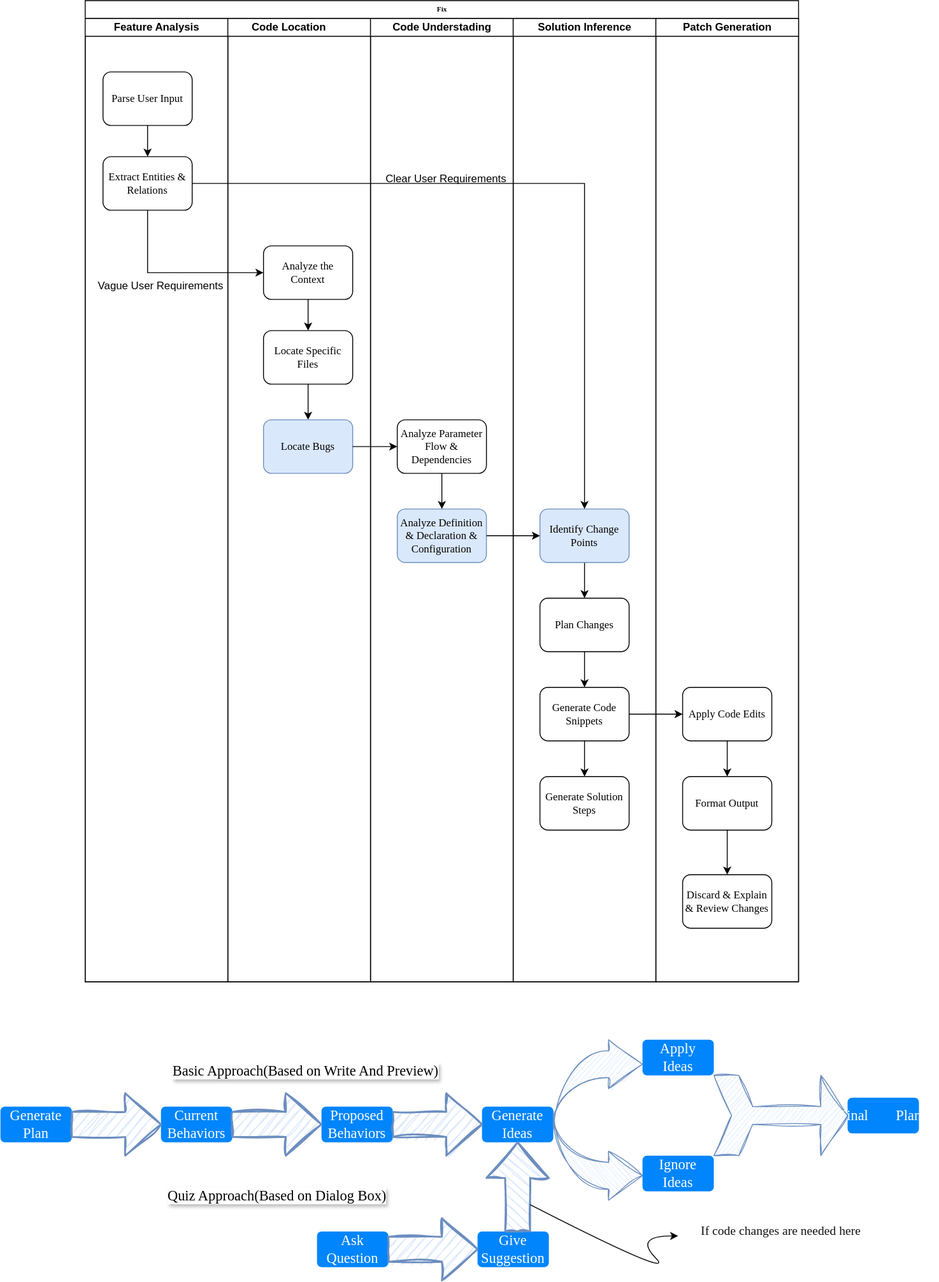
This is fix.svg from BullFrogDianDian/SoftEngineer, a draw.io export, as it was before one commit. Source tidied: cells renumbered, new cells last; positions are measured from the earlier drawing's top-left corner, leaving out a move shared by most shapes.
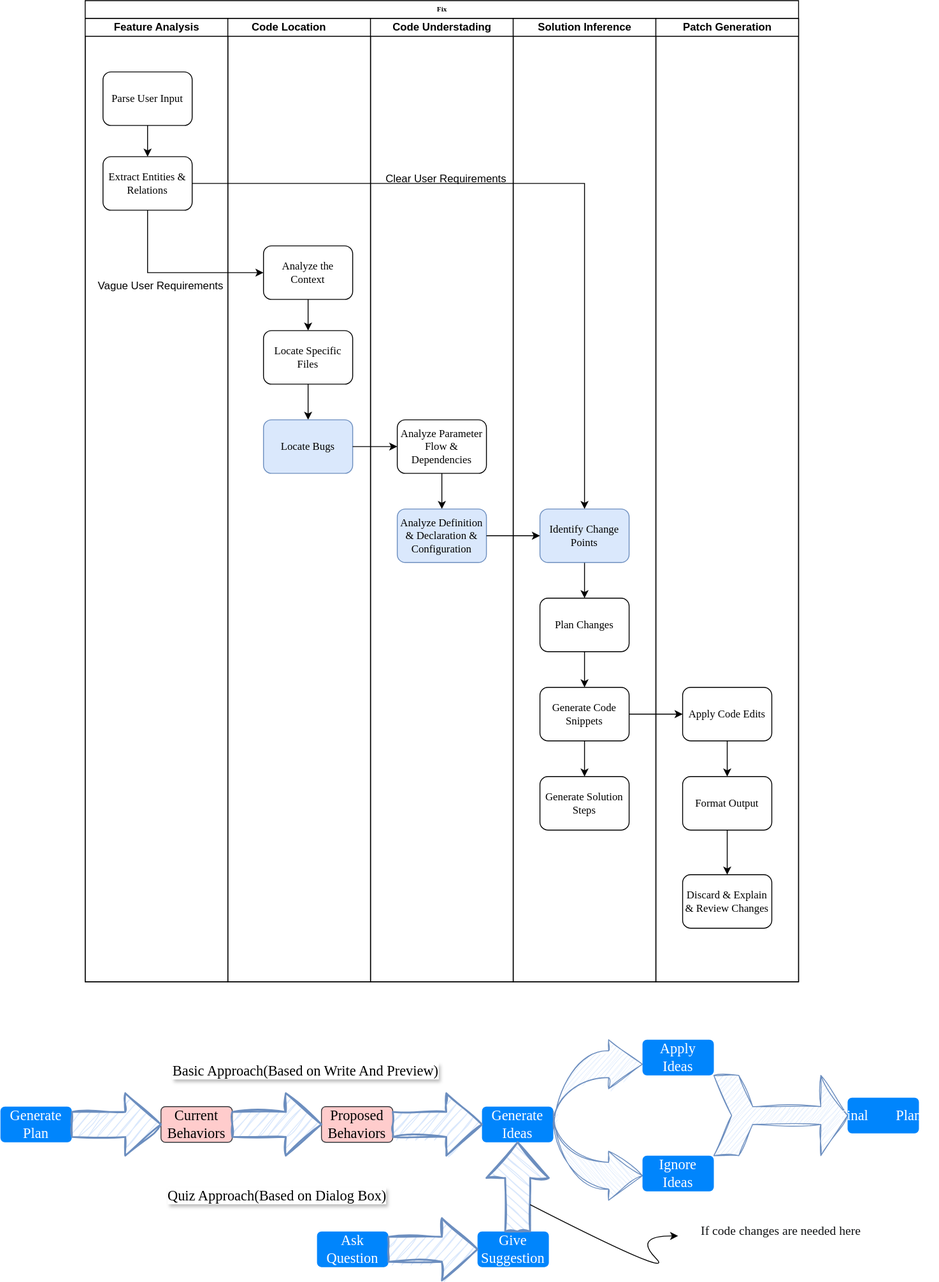
After the commit.

Change to the diagram source:
```diff
@@ -118,10 +118,10 @@
         </Array>
       </mxGeometry>
     </mxCell>
-    <mxCell id="38" value="&lt;font face=&quot;Comic Sans MS&quot;&gt;Proposed Behaviors&lt;/font&gt;" style="html=1;shadow=0;dashed=0;shape=mxgraph.bootstrap.rrect;rSize=5;strokeColor=none;strokeWidth=1;fillColor=#0085FC;fontColor=#FFFFFF;whiteSpace=wrap;align=center;verticalAlign=middle;spacingLeft=0;fontStyle=0;fontSize=16;spacing=5;" parent="1" vertex="1">
+    <mxCell id="38" value="&lt;font face=&quot;Comic Sans MS&quot;&gt;Proposed Behaviors&lt;/font&gt;" style="html=1;shadow=0;dashed=0;shape=mxgraph.bootstrap.rrect;rSize=5;strokeColor=#36393d;strokeWidth=1;fillColor=#ffcccc;whiteSpace=wrap;align=center;verticalAlign=middle;spacingLeft=0;fontStyle=0;fontSize=16;spacing=5;" parent="1" vertex="1">
       <mxGeometry x="360" y="1240" width="80" height="40" as="geometry" />
     </mxCell>
-    <mxCell id="39" value="&lt;font face=&quot;Comic Sans MS&quot;&gt;Current Behaviors&lt;/font&gt;" style="html=1;shadow=0;dashed=0;shape=mxgraph.bootstrap.rrect;rSize=5;strokeColor=none;strokeWidth=1;fillColor=#0085FC;fontColor=#FFFFFF;whiteSpace=wrap;align=center;verticalAlign=middle;spacingLeft=0;fontStyle=0;fontSize=16;spacing=5;" parent="1" vertex="1">
+    <mxCell id="39" value="&lt;font face=&quot;Comic Sans MS&quot;&gt;Current Behaviors&lt;/font&gt;" style="html=1;shadow=0;dashed=0;shape=mxgraph.bootstrap.rrect;rSize=5;strokeColor=#36393d;strokeWidth=1;fillColor=#ffcccc;whiteSpace=wrap;align=center;verticalAlign=middle;spacingLeft=0;fontStyle=0;fontSize=16;spacing=5;" parent="1" vertex="1">
       <mxGeometry x="180" y="1240" width="80" height="40" as="geometry" />
     </mxCell>
     <mxCell id="40" value="&lt;font face=&quot;Comic Sans MS&quot;&gt;Apply Ideas&lt;/font&gt;" style="html=1;shadow=0;dashed=0;shape=mxgraph.bootstrap.rrect;rSize=5;strokeColor=none;strokeWidth=1;fillColor=#0085FC;fontColor=#FFFFFF;whiteSpace=wrap;align=center;verticalAlign=middle;spacingLeft=0;fontStyle=0;fontSize=16;spacing=5;" parent="1" vertex="1">
```
